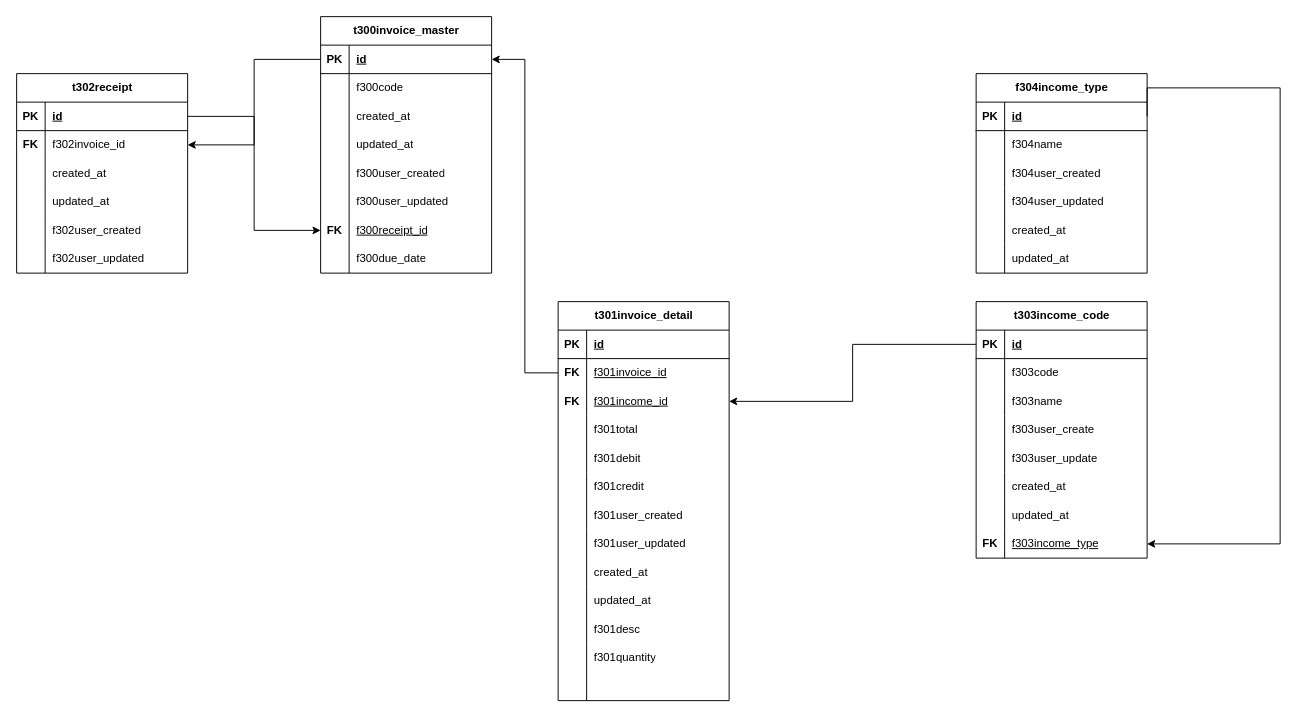
Earlier version of the draw.io diagram page "Billing Management" (2 of 4) of rentall_app.drawio (harishaikal940322/diagram). Source tidied: cells renumbered, new cells numbered last; positions are measured from the earlier drawing's top-left corner, leaving out a move shared by most shapes. Both pictures are drawn from the tidied source at 95%, with x=0, y=0 at pixel (16, 16).
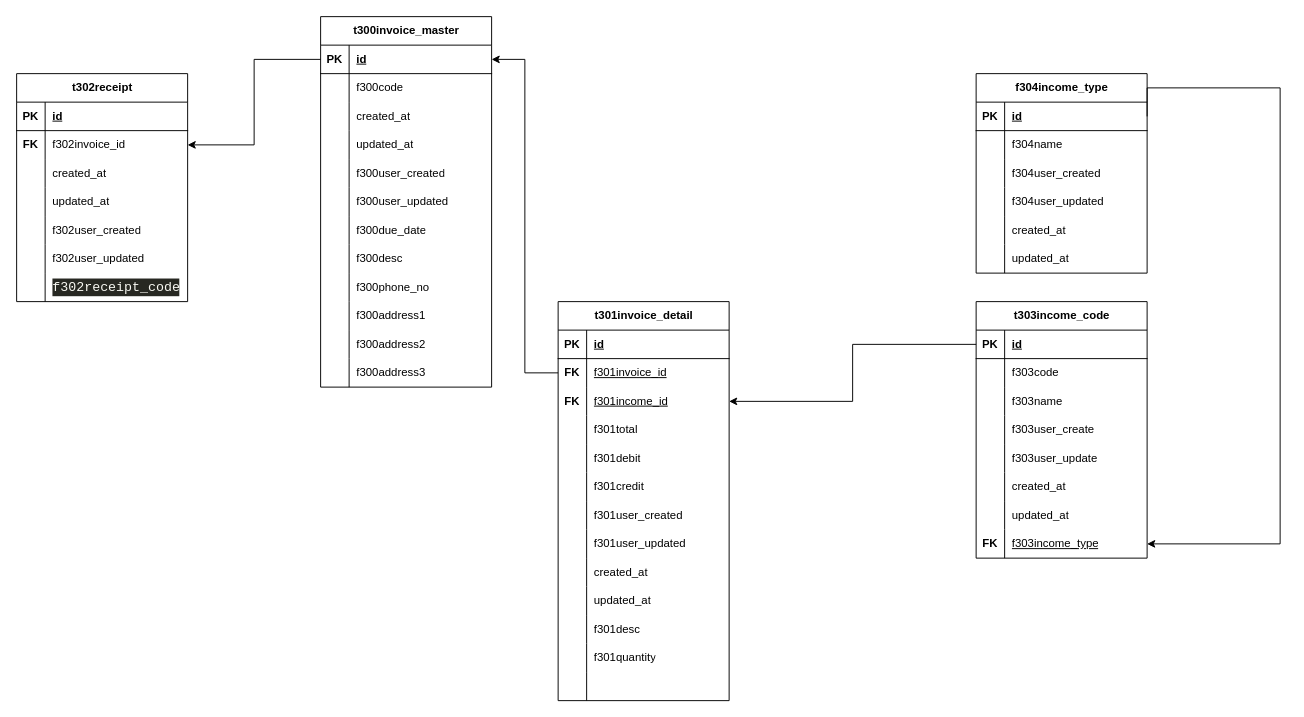
The same page after the edit.

Unchanged cells that the change refers to:
```xml
<mxCell id="28" style="shape=tableRow;horizontal=0;startSize=0;swimlaneHead=0;swimlaneBody=0;fillColor=none;points=[[0,0.5],[1,0.5]];portConstraint=eastwest;top=0;left=0;right=0;bottom=1;" parent="27" vertex="1">
  <mxGeometry y="30" width="180" height="30" as="geometry" />
</mxCell>
```

Change to the diagram source:
```diff
@@
     <mxCell id="2" value="t300invoice_master" style="shape=table;startSize=30;childLayout=tableLayout;rowLines=0;fontStyle=1;align=center;html=1;" parent="1" vertex="1">
-      <mxGeometry x="320" width="180" height="270" as="geometry" />
+      <mxGeometry x="320" width="180" height="390" as="geometry" />
     </mxCell>
@@
-    <mxCell id="21" style="shape=tableRow;horizontal=0;startSize=0;swimlaneHead=0;swimlaneBody=0;fillColor=none;points=[[0,0.5],[1,0.5]];portConstraint=eastwest;top=0;left=0;right=0;bottom=0;" parent="2" vertex="1">
-      <mxGeometry y="210" width="180" height="30" as="geometry" />
-    </mxCell>
-    <mxCell id="22" value="&lt;b&gt;FK&lt;/b&gt;" style="shape=partialRectangle;fillColor=none;top=0;left=0;bottom=0;right=0;overflow=hidden;whiteSpace=wrap;html=1;" parent="21" vertex="1">
-      <mxGeometry width="30" height="30" as="geometry" />
-    </mxCell>
-    <mxCell id="23" value="&lt;u&gt;f300receipt_id&lt;/u&gt;" style="shape=partialRectangle;fillColor=none;top=0;left=0;bottom=0;right=0;align=left;spacingLeft=6;overflow=hidden;whiteSpace=wrap;html=1;" parent="21" vertex="1">
-      <mxGeometry x="30" width="150" height="30" as="geometry" />
-    </mxCell>
     <mxCell id="24" style="shape=tableRow;horizontal=0;startSize=0;swimlaneHead=0;swimlaneBody=0;fillColor=none;top=0;left=0;right=0;bottom=0;" parent="2" vertex="1">
-      <mxGeometry y="240" width="180" height="30" as="geometry" />
+      <mxGeometry y="210" width="180" height="30" as="geometry" />
     </mxCell>
@@
+    <mxCell id="135" style="shape=tableRow;horizontal=0;startSize=0;swimlaneHead=0;swimlaneBody=0;fillColor=none;top=0;left=0;right=0;bottom=0;" parent="2" vertex="1">
+      <mxGeometry y="240" width="180" height="30" as="geometry" />
+    </mxCell>
+    <mxCell id="136" style="shape=partialRectangle;fillColor=none;top=0;left=0;bottom=0;right=0;overflow=hidden;whiteSpace=wrap;html=1;" parent="135" vertex="1">
+      <mxGeometry width="30" height="30" as="geometry" />
+    </mxCell>
+    <mxCell id="137" value="f300desc" style="shape=partialRectangle;fillColor=none;top=0;left=0;bottom=0;right=0;align=left;spacingLeft=6;overflow=hidden;whiteSpace=wrap;html=1;" parent="135" vertex="1">
+      <mxGeometry x="30" width="150" height="30" as="geometry" />
+    </mxCell>
+    <mxCell id="138" style="shape=tableRow;horizontal=0;startSize=0;swimlaneHead=0;swimlaneBody=0;fillColor=none;top=0;left=0;right=0;bottom=0;" parent="2" vertex="1">
+      <mxGeometry y="270" width="180" height="30" as="geometry" />
+    </mxCell>
+    <mxCell id="139" style="shape=partialRectangle;fillColor=none;top=0;left=0;bottom=0;right=0;overflow=hidden;whiteSpace=wrap;html=1;" parent="138" vertex="1">
+      <mxGeometry width="30" height="30" as="geometry" />
+    </mxCell>
+    <mxCell id="140" value="f300phone_no" style="shape=partialRectangle;fillColor=none;top=0;left=0;bottom=0;right=0;align=left;spacingLeft=6;overflow=hidden;whiteSpace=wrap;html=1;" parent="138" vertex="1">
+      <mxGeometry x="30" width="150" height="30" as="geometry" />
+    </mxCell>
+    <mxCell id="141" style="shape=tableRow;horizontal=0;startSize=0;swimlaneHead=0;swimlaneBody=0;fillColor=none;top=0;left=0;right=0;bottom=0;" parent="2" vertex="1">
+      <mxGeometry y="300" width="180" height="30" as="geometry" />
+    </mxCell>
+    <mxCell id="142" style="shape=partialRectangle;fillColor=none;top=0;left=0;bottom=0;right=0;overflow=hidden;whiteSpace=wrap;html=1;" parent="141" vertex="1">
+      <mxGeometry width="30" height="30" as="geometry" />
+    </mxCell>
+    <mxCell id="143" value="f300address1" style="shape=partialRectangle;fillColor=none;top=0;left=0;bottom=0;right=0;align=left;spacingLeft=6;overflow=hidden;whiteSpace=wrap;html=1;" parent="141" vertex="1">
+      <mxGeometry x="30" width="150" height="30" as="geometry" />
+    </mxCell>
+    <mxCell id="144" style="shape=tableRow;horizontal=0;startSize=0;swimlaneHead=0;swimlaneBody=0;fillColor=none;top=0;left=0;right=0;bottom=0;" parent="2" vertex="1">
+      <mxGeometry y="330" width="180" height="30" as="geometry" />
+    </mxCell>
+    <mxCell id="145" style="shape=partialRectangle;fillColor=none;top=0;left=0;bottom=0;right=0;overflow=hidden;whiteSpace=wrap;html=1;" parent="144" vertex="1">
+      <mxGeometry width="30" height="30" as="geometry" />
+    </mxCell>
+    <mxCell id="146" value="f300address2" style="shape=partialRectangle;fillColor=none;top=0;left=0;bottom=0;right=0;align=left;spacingLeft=6;overflow=hidden;whiteSpace=wrap;html=1;" parent="144" vertex="1">
+      <mxGeometry x="30" width="150" height="30" as="geometry" />
+    </mxCell>
+    <mxCell id="147" style="shape=tableRow;horizontal=0;startSize=0;swimlaneHead=0;swimlaneBody=0;fillColor=none;top=0;left=0;right=0;bottom=0;" parent="2" vertex="1">
+      <mxGeometry y="360" width="180" height="30" as="geometry" />
+    </mxCell>
+    <mxCell id="148" style="shape=partialRectangle;fillColor=none;top=0;left=0;bottom=0;right=0;overflow=hidden;whiteSpace=wrap;html=1;" parent="147" vertex="1">
+      <mxGeometry width="30" height="30" as="geometry" />
+    </mxCell>
+    <mxCell id="149" value="f300address3" style="shape=partialRectangle;fillColor=none;top=0;left=0;bottom=0;right=0;align=left;spacingLeft=6;overflow=hidden;whiteSpace=wrap;html=1;" parent="147" vertex="1">
+      <mxGeometry x="30" width="150" height="30" as="geometry" />
+    </mxCell>
     <mxCell id="27" value="t302receipt" style="shape=table;startSize=30;childLayout=tableLayout;rowLines=0;fontStyle=1;align=center;html=1;" parent="1" vertex="1">
-      <mxGeometry y="60" width="180" height="210" as="geometry" />
+      <mxGeometry y="60" width="180" height="240" as="geometry" />
     </mxCell>
@@
+    <mxCell id="21" style="shape=tableRow;horizontal=0;startSize=0;swimlaneHead=0;swimlaneBody=0;fillColor=none;points=[[0,0.5],[1,0.5]];portConstraint=eastwest;top=0;left=0;right=0;bottom=0;" parent="27" vertex="1">
+      <mxGeometry y="210" width="180" height="30" as="geometry" />
+    </mxCell>
+    <mxCell id="150" style="shape=partialRectangle;fillColor=none;top=0;left=0;bottom=0;right=0;overflow=hidden;whiteSpace=wrap;html=1;" parent="21" vertex="1">
+      <mxGeometry width="30" height="30" as="geometry" />
+    </mxCell>
+    <mxCell id="151" value="&lt;div style=&quot;color: rgb(248, 248, 242); background-color: rgb(39, 40, 34); font-family: Consolas, &amp;quot;Courier New&amp;quot;, monospace; font-size: 14px; line-height: 19px;&quot;&gt;f302receipt_code&lt;/div&gt;" style="shape=partialRectangle;fillColor=none;top=0;left=0;bottom=0;right=0;align=left;spacingLeft=6;overflow=hidden;whiteSpace=wrap;html=1;" parent="21" vertex="1">
+      <mxGeometry x="30" width="150" height="30" as="geometry" />
+    </mxCell>
@@
-    <mxCell id="133" style="edgeStyle=orthogonalEdgeStyle;rounded=0;jettySize=auto;html=1;exitX=1;exitY=0.5;exitDx=0;exitDy=0;" parent="1" edge="1" source="28" target="21">
-      <mxGeometry relative="1" as="geometry" />
-    </mxCell>
```
